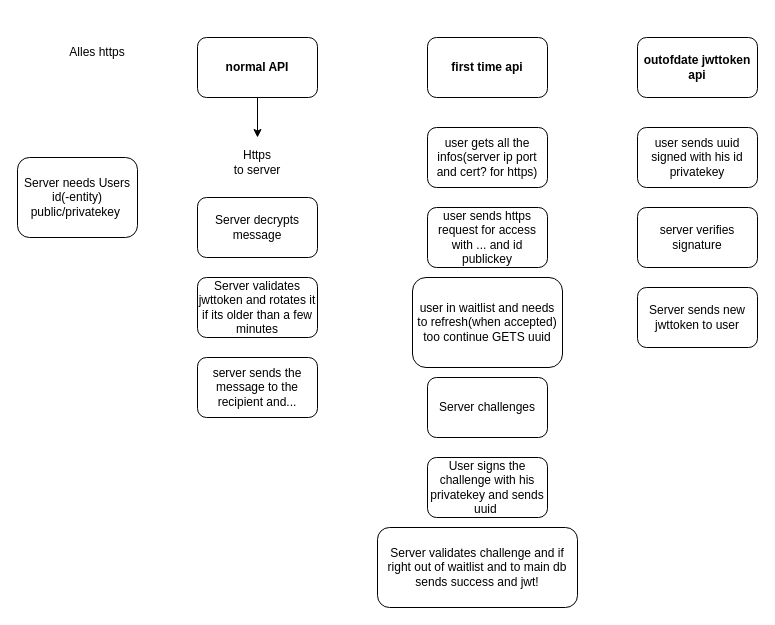
Above: ApiSketch.drawio in Digital-5/Backend (draw.io), before the change. Source tidied: cells renumbered, new cells numbered last; positions are measured from the earlier drawing's top-left corner, leaving out a move shared by most shapes. Both pictures are drawn from the tidied source at 100%, with x=0, y=0 at pixel (17, 37).
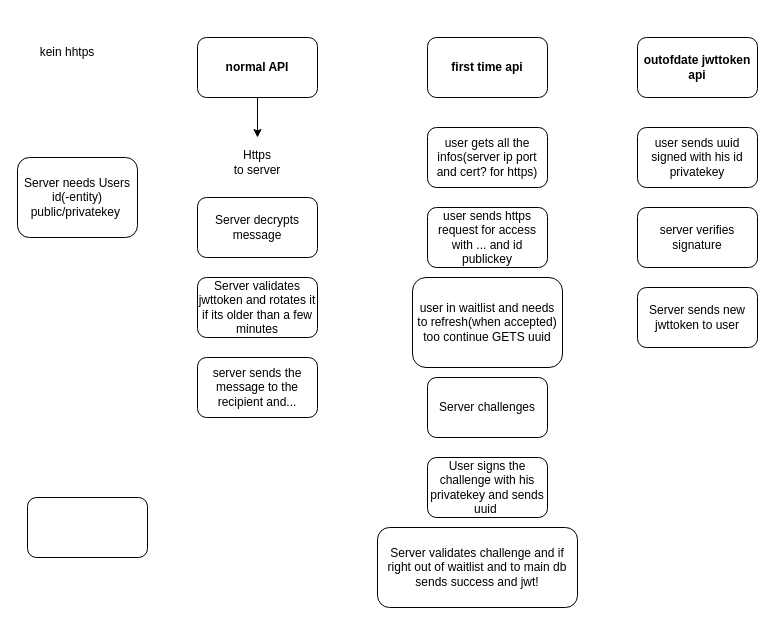
Above is the later version.

Diff of the diagram source:
```diff
@@
-    <mxCell id="16" value="Alles https" style="text;html=1;whiteSpace=wrap;strokeColor=none;fillColor=none;align=center;verticalAlign=middle;rounded=0;" parent="1" vertex="1">
-      <mxGeometry x="50" width="60" height="30" as="geometry" />
+    <mxCell id="16" value="kein hhtps" style="text;html=1;whiteSpace=wrap;strokeColor=none;fillColor=none;align=center;verticalAlign=middle;rounded=0;" parent="1" vertex="1">
+      <mxGeometry y="-20" width="100" height="70" as="geometry" />
     </mxCell>
@@
+    <mxCell id="21" style="rounded=1;whiteSpace=wrap;html=1;" parent="1" vertex="1">
+      <mxGeometry x="10" y="460" width="120" height="60" as="geometry" />
+    </mxCell>
```
